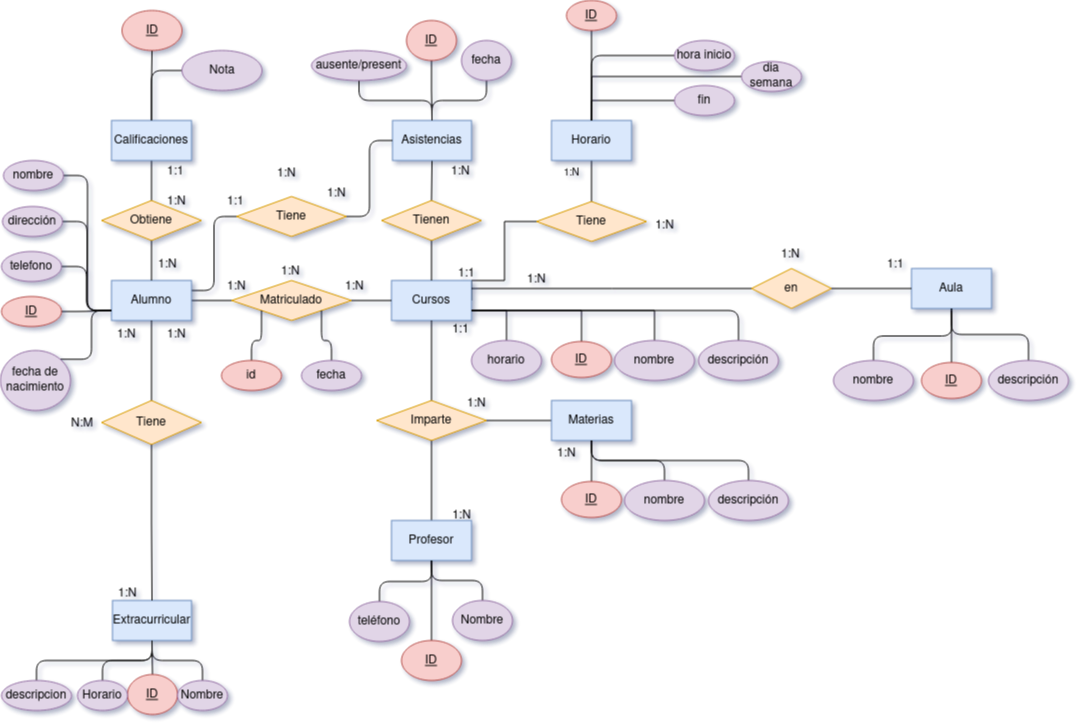
Above: Unidad-1/Tareas/Tarea_evaluable1/tareaentregable.drawio.png in toninavhd/Base-datos (draw.io), before the change. Source tidied: cells renumbered, new cells last; positions are measured from the earlier drawing's top-left corner, leaving out a move shared by most shapes.
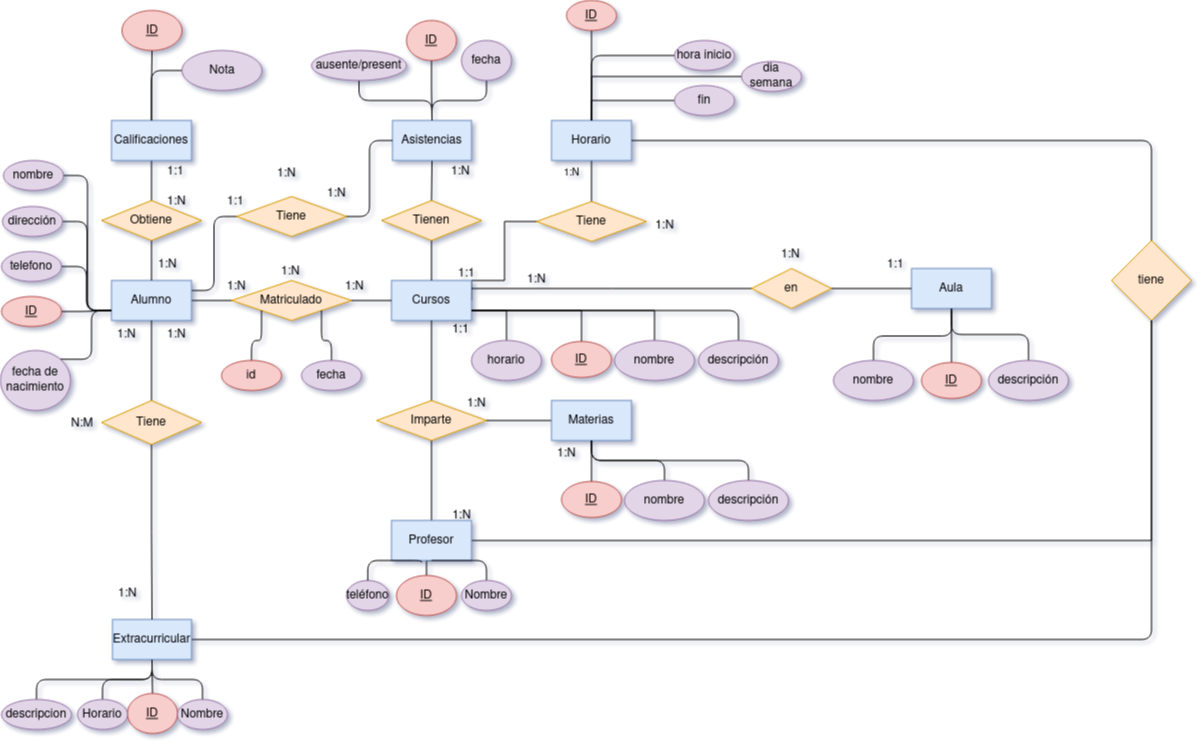
Later version of the same file.

Change to the diagram source:
```diff
@@ -38,6 +38,9 @@
     <mxCell id="11" style="edgeStyle=orthogonalEdgeStyle;rounded=0;jettySize=auto;html=1;exitX=0.5;exitY=1;exitDx=0;exitDy=0;entryX=0.5;entryY=0;entryDx=0;entryDy=0;endArrow=none;endFill=0;" parent="1" edge="1" source="12" target="34">
       <mxGeometry relative="1" as="geometry" />
     </mxCell>
+    <mxCell id="126" style="edgeStyle=orthogonalEdgeStyle;rounded=0;jettySize=auto;html=1;exitX=1;exitY=0.5;exitDx=0;exitDy=0;entryX=0.5;entryY=1;entryDx=0;entryDy=0;endArrow=none;endFill=0;" parent="1" edge="1" source="12" target="129">
+      <mxGeometry relative="1" as="geometry" />
+    </mxCell>
     <mxCell id="12" value="Profesor" style="whiteSpace=wrap;html=1;fillColor=#dae8fc;strokeColor=#6c8ebf;" parent="1" vertex="1">
       <mxGeometry x="391" y="520" width="80" height="40" as="geometry" />
     </mxCell>
@@ -90,8 +93,11 @@
     <mxCell id="27" value="Asistencias" style="whiteSpace=wrap;html=1;fillColor=#dae8fc;strokeColor=#6c8ebf;" parent="1" vertex="1">
       <mxGeometry x="392" y="120" width="79" height="40" as="geometry" />
     </mxCell>
+    <mxCell id="127" style="edgeStyle=orthogonalEdgeStyle;rounded=1;jettySize=auto;html=1;exitX=1;exitY=0.5;exitDx=0;exitDy=0;endArrow=none;endFill=0;" parent="1" edge="1" source="28" target="129">
+      <mxGeometry relative="1" as="geometry" />
+    </mxCell>
     <mxCell id="28" value="Extracurricular" style="whiteSpace=wrap;html=1;fillColor=#dae8fc;strokeColor=#6c8ebf;" parent="1" vertex="1">
-      <mxGeometry x="112" y="600" width="79" height="40" as="geometry" />
+      <mxGeometry x="112" y="619" width="79" height="40" as="geometry" />
     </mxCell>
     <mxCell id="29" style="edgeStyle=orthogonalEdgeStyle;rounded=0;jettySize=auto;html=1;exitX=0.5;exitY=0;exitDx=0;exitDy=0;entryX=0.5;entryY=1;entryDx=0;entryDy=0;endArrow=none;endFill=0;" parent="1" edge="1" source="31" target="4">
       <mxGeometry relative="1" as="geometry" />
@@ -114,7 +120,7 @@
       <mxGeometry y="350" width="70" height="60" as="geometry" />
     </mxCell>
     <mxCell id="34" value="&lt;u&gt;ID&lt;/u&gt;" style="ellipse;whiteSpace=wrap;html=1;fillColor=#f8cecc;strokeColor=#b85450;" parent="1" vertex="1">
-      <mxGeometry x="401" y="640" width="60" height="40" as="geometry" />
+      <mxGeometry x="396" y="575" width="60" height="40" as="geometry" />
     </mxCell>
     <mxCell id="35" style="edgeStyle=orthogonalEdgeStyle;rounded=0;jettySize=auto;html=1;exitX=0.5;exitY=1;exitDx=0;exitDy=0;entryX=0.5;entryY=0;entryDx=0;entryDy=0;endArrow=none;endFill=0;" parent="1" edge="1" source="37" target="39">
       <mxGeometry relative="1" as="geometry" />
@@ -132,18 +138,17 @@
       <mxGeometry x="101" y="200" width="100" height="40" as="geometry" />
     </mxCell>
     <mxCell id="40" style="edgeStyle=orthogonalEdgeStyle;rounded=1;jettySize=auto;html=1;exitX=0.5;exitY=0;exitDx=0;exitDy=0;entryX=0.5;entryY=1;entryDx=0;entryDy=0;endArrow=none;endFill=0;" parent="1" edge="1" source="41" target="12">
-      <mxGeometry relative="1" as="geometry" />
+      <mxGeometry relative="1" as="geometry">
+        <Array as="points">
+          <mxPoint x="486" y="560" />
+        </Array>
+      </mxGeometry>
     </mxCell>
     <mxCell id="41" value="Nombre" style="ellipse;whiteSpace=wrap;html=1;fillColor=#e1d5e7;strokeColor=#9673a6;" parent="1" vertex="1">
-      <mxGeometry x="452" y="600" width="60" height="40" as="geometry" />
+      <mxGeometry x="461" y="580" width="50" height="30" as="geometry" />
     </mxCell>
-    <mxCell id="42" style="edgeStyle=orthogonalEdgeStyle;rounded=1;jettySize=auto;html=1;exitX=0.5;exitY=0;exitDx=0;exitDy=0;endArrow=none;endFill=0;" parent="1" edge="1" source="43">
-      <mxGeometry relative="1" as="geometry">
-        <mxPoint x="431" y="560" as="targetPoint" />
-      </mxGeometry>
-    </mxCell>
     <mxCell id="43" value="teléfono" style="ellipse;whiteSpace=wrap;html=1;fillColor=#e1d5e7;strokeColor=#9673a6;" parent="1" vertex="1">
-      <mxGeometry x="349" y="601" width="60" height="40" as="geometry" />
+      <mxGeometry x="346" y="580" width="42.5" height="30" as="geometry" />
     </mxCell>
     <mxCell id="44" style="edgeStyle=orthogonalEdgeStyle;rounded=1;jettySize=auto;html=1;exitX=1;exitY=0.5;exitDx=0;exitDy=0;entryX=0;entryY=0.75;entryDx=0;entryDy=0;endArrow=none;endFill=0;" parent="1" edge="1" source="45" target="4">
       <mxGeometry relative="1" as="geometry" />
@@ -227,25 +232,25 @@
       <mxGeometry relative="1" as="geometry" />
     </mxCell>
     <mxCell id="71" value="&lt;u&gt;ID&lt;/u&gt;" style="ellipse;whiteSpace=wrap;html=1;fillColor=#f8cecc;strokeColor=#b85450;" parent="1" vertex="1">
-      <mxGeometry x="127" y="674" width="50" height="40" as="geometry" />
+      <mxGeometry x="127" y="693" width="50" height="40" as="geometry" />
     </mxCell>
     <mxCell id="72" style="edgeStyle=orthogonalEdgeStyle;rounded=1;jettySize=auto;html=1;exitX=0.5;exitY=0;exitDx=0;exitDy=0;entryX=0.5;entryY=1;entryDx=0;entryDy=0;endArrow=none;endFill=0;" parent="1" edge="1" source="73" target="28">
       <mxGeometry relative="1" as="geometry" />
     </mxCell>
     <mxCell id="73" value="Nombre" style="ellipse;whiteSpace=wrap;html=1;fillColor=#e1d5e7;strokeColor=#9673a6;" parent="1" vertex="1">
-      <mxGeometry x="177" y="680" width="50" height="30" as="geometry" />
+      <mxGeometry x="177" y="699" width="50" height="30" as="geometry" />
     </mxCell>
     <mxCell id="74" style="edgeStyle=orthogonalEdgeStyle;rounded=1;jettySize=auto;html=1;exitX=0.5;exitY=0;exitDx=0;exitDy=0;entryX=0.5;entryY=1;entryDx=0;entryDy=0;endArrow=none;endFill=0;" parent="1" edge="1" source="75" target="28">
       <mxGeometry relative="1" as="geometry" />
     </mxCell>
     <mxCell id="75" value="Horario" style="ellipse;whiteSpace=wrap;html=1;fillColor=#e1d5e7;strokeColor=#9673a6;" parent="1" vertex="1">
-      <mxGeometry x="77" y="680" width="50" height="30" as="geometry" />
+      <mxGeometry x="77" y="699" width="50" height="30" as="geometry" />
     </mxCell>
     <mxCell id="76" style="edgeStyle=orthogonalEdgeStyle;rounded=1;jettySize=auto;html=1;exitX=0.5;exitY=0;exitDx=0;exitDy=0;entryX=0.5;entryY=1;entryDx=0;entryDy=0;endArrow=none;endFill=0;" parent="1" edge="1" source="77" target="28">
       <mxGeometry relative="1" as="geometry" />
     </mxCell>
     <mxCell id="77" value="descripcion" style="ellipse;whiteSpace=wrap;html=1;fillColor=#e1d5e7;strokeColor=#9673a6;" parent="1" vertex="1">
-      <mxGeometry x="1" y="680" width="70" height="30" as="geometry" />
+      <mxGeometry x="1" y="699" width="70" height="30" as="geometry" />
     </mxCell>
     <mxCell id="78" style="edgeStyle=orthogonalEdgeStyle;rounded=0;jettySize=auto;html=1;exitX=0.5;exitY=1;exitDx=0;exitDy=0;entryX=0.5;entryY=0;entryDx=0;entryDy=0;endArrow=none;endFill=0;" parent="1" edge="1" source="79" target="24">
       <mxGeometry relative="1" as="geometry" />
@@ -397,5 +402,19 @@
     <mxCell id="125" value="descripción" style="ellipse;whiteSpace=wrap;html=1;fillColor=#e1d5e7;strokeColor=#9673a6;" parent="1" vertex="1">
       <mxGeometry x="988" y="360" width="80" height="40" as="geometry" />
     </mxCell>
+    <mxCell id="128" style="edgeStyle=orthogonalEdgeStyle;rounded=1;jettySize=auto;html=1;exitX=0.5;exitY=0;exitDx=0;exitDy=0;entryX=1;entryY=0.5;entryDx=0;entryDy=0;endArrow=none;endFill=0;" parent="1" edge="1" source="129" target="24">
+      <mxGeometry relative="1" as="geometry" />
+    </mxCell>
+    <mxCell id="129" value="tiene" style="rhombus;whiteSpace=wrap;html=1;fillColor=#ffe6cc;strokeColor=#d79b00;" parent="1" vertex="1">
+      <mxGeometry x="1111" y="240" width="80" height="80" as="geometry" />
+    </mxCell>
+    <mxCell id="130" style="edgeStyle=orthogonalEdgeStyle;rounded=1;jettySize=auto;html=1;exitX=0.5;exitY=0;exitDx=0;exitDy=0;entryX=0.375;entryY=1.05;entryDx=0;entryDy=0;entryPerimeter=0;endArrow=none;endFill=0;" parent="1" edge="1" source="43" target="12">
+      <mxGeometry relative="1" as="geometry">
+        <Array as="points">
+          <mxPoint x="367" y="560" />
+          <mxPoint x="421" y="560" />
+        </Array>
+      </mxGeometry>
+    </mxCell>
   </root>
 </mxGraphModel>
```
